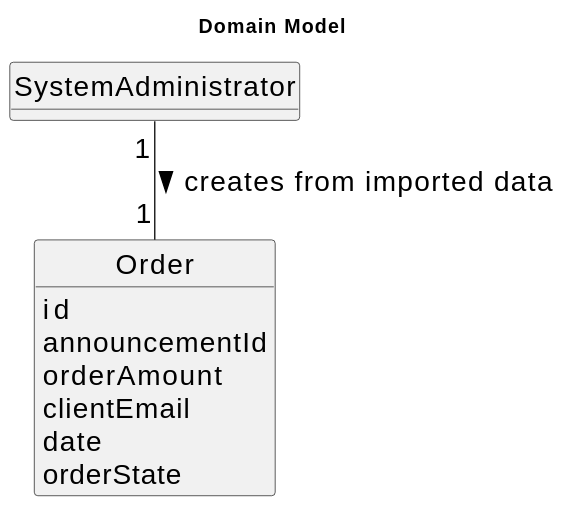
Before: docs/sprintD/us017/02.analysis/svg/us017-domain-model.svg, a diagram exported from PlantUML (Goncalves2525/real-estate-management-system).
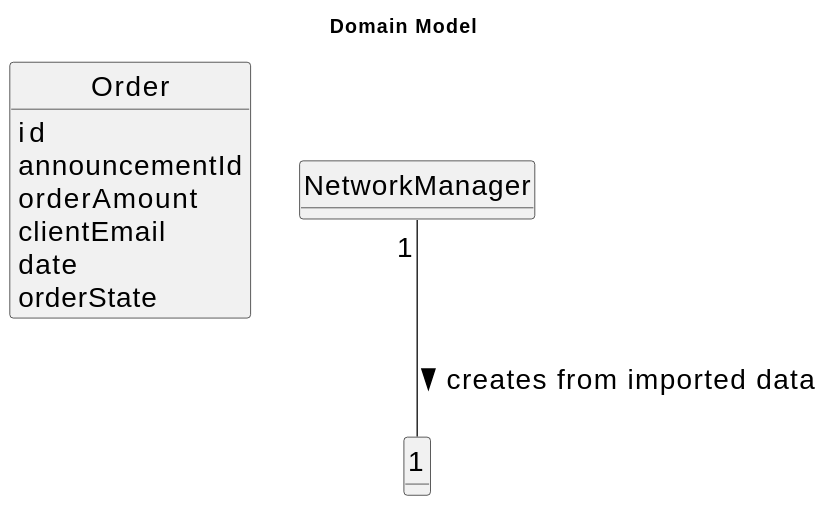
The same diagram one commit later.

What changed in the source:
```diff
@@ -20,5 +20,5 @@
     date
     orderState
 }
-SystemAdministrator "1" -- "1" Order : creates from imported data >
+NetworkManager "1" -- "1"  : creates from imported data >
 @enduml
```
